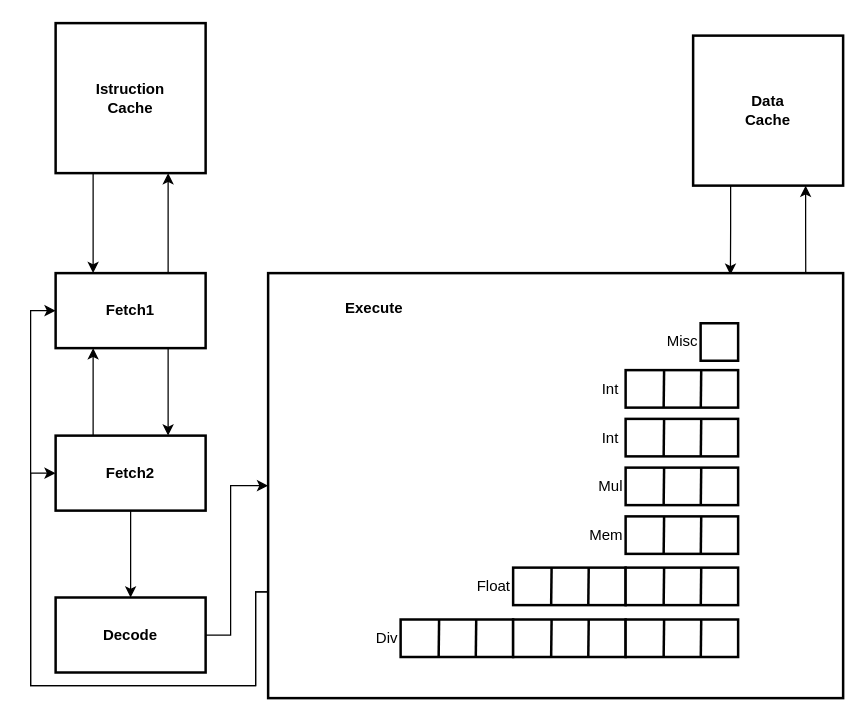
The90Frank/MinorArmAnalyzer keeps this draw.io diagram as Diagrammi/MinorArm.drawio. Above is the earlier version. Source tidied: cells renumbered, new cells numbered last; positions are measured from the earlier drawing's top-left corner, leaving out a move shared by most shapes. Both pictures are drawn from the tidied source at 125%, with x=0, y=0 at pixel (30, 22).
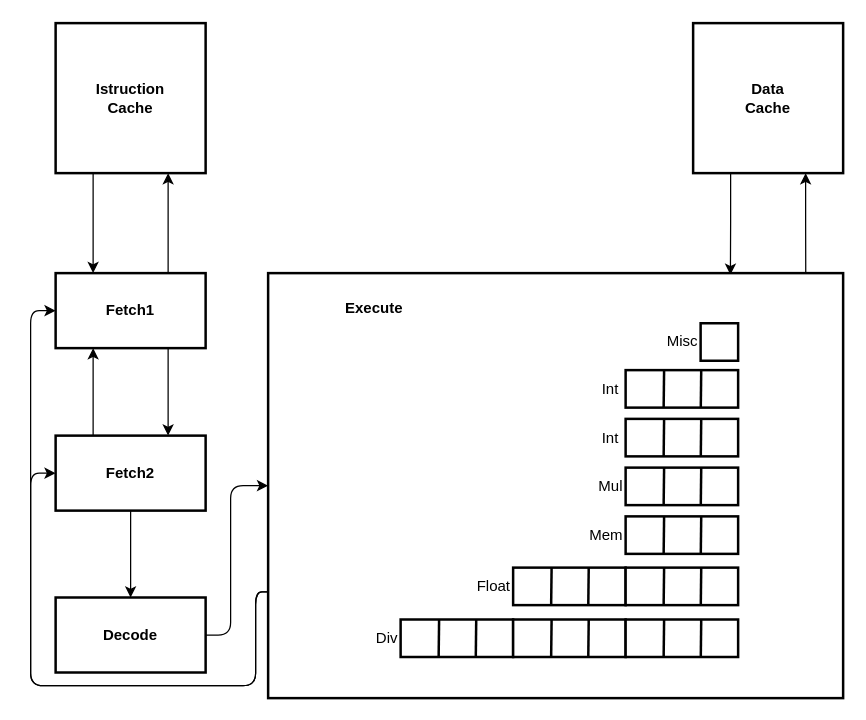
The same diagram, later.

The change refers to these unchanged cells:
```xml
<mxCell id="6" value="Fetch1" style="rounded=0;whiteSpace=wrap;html=1;fontStyle=1;strokeWidth=2;fontFamily=Helvetica;" parent="1" vertex="1">
  <mxGeometry x="20" y="200" width="120" height="60" as="geometry" />
</mxCell>
<mxCell id="9" value="Fetch2" style="rounded=0;whiteSpace=wrap;html=1;fontStyle=1;strokeWidth=2;fontFamily=Helvetica;" parent="1" vertex="1">
  <mxGeometry x="20" y="330" width="120" height="60" as="geometry" />
</mxCell>
<mxCell id="11" value="&lt;span&gt;Decode&lt;/span&gt;" style="rounded=0;whiteSpace=wrap;html=1;fontStyle=1;strokeWidth=2;fontFamily=Helvetica;" parent="1" vertex="1">
  <mxGeometry x="20" y="459.5" width="120" height="60" as="geometry" />
</mxCell>
<mxCell id="17" value="&amp;nbsp; &amp;nbsp; &amp;nbsp; &amp;nbsp; &amp;nbsp; &lt;br&gt;&amp;nbsp; &amp;nbsp; &amp;nbsp; &amp;nbsp; &amp;nbsp; &amp;nbsp; &amp;nbsp; &amp;nbsp; &amp;nbsp; &lt;b&gt;Execute&lt;/b&gt;" style="rounded=0;whiteSpace=wrap;html=1;verticalAlign=top;labelPosition=center;verticalLabelPosition=middle;align=left;strokeWidth=2;fontFamily=Helvetica;" parent="1" vertex="1">
  <mxGeometry x="190" y="200" width="460" height="340" as="geometry" />
</mxCell>
```

Diff of the diagram source:
```diff
@@
-    <mxCell id="10" style="edgeStyle=orthogonalEdgeStyle;rounded=0;jettySize=auto;html=1;exitX=1;exitY=0.5;exitDx=0;exitDy=0;entryX=0;entryY=0.5;entryDx=0;entryDy=0;fontFamily=Helvetica;" parent="1" edge="1" source="11" target="17">
+    <mxCell id="10" style="edgeStyle=orthogonalEdgeStyle;rounded=1;jettySize=auto;html=1;exitX=1;exitY=0.5;exitDx=0;exitDy=0;entryX=0;entryY=0.5;entryDx=0;entryDy=0;fontFamily=Helvetica;" parent="1" edge="1" source="11" target="17">
       <mxGeometry relative="1" as="geometry">
         <Array as="points">
           <mxPoint x="160" y="490" />
           <mxPoint x="160" y="370" />
         </Array>
       </mxGeometry>
     </mxCell>
@@
     <mxCell id="14" value="Data&lt;br&gt;Cache" style="rounded=0;whiteSpace=wrap;html=1;fontStyle=1;strokeWidth=2;fontFamily=Helvetica;" parent="1" vertex="1">
-      <mxGeometry x="530" y="10" width="120" height="120" as="geometry" />
+      <mxGeometry x="530" width="120" height="120" as="geometry" />
     </mxCell>
-    <mxCell id="15" style="edgeStyle=orthogonalEdgeStyle;rounded=0;jettySize=auto;html=1;exitX=0;exitY=0.75;exitDx=0;exitDy=0;entryX=0;entryY=0.5;entryDx=0;entryDy=0;startArrow=none;startFill=0;endArrow=classic;endFill=1;" parent="1" edge="1" source="17" target="6">
+    <mxCell id="15" style="edgeStyle=orthogonalEdgeStyle;rounded=1;jettySize=auto;html=1;exitX=0;exitY=0.75;exitDx=0;exitDy=0;entryX=0;entryY=0.5;entryDx=0;entryDy=0;startArrow=none;startFill=0;endArrow=classic;endFill=1;" parent="1" edge="1" source="17" target="6">
       <mxGeometry relative="1" as="geometry">
         <Array as="points">
           <mxPoint x="180" y="455" />
           <mxPoint x="180" y="530" />
           <mxPoint y="530" />
           <mxPoint y="230" />
         </Array>
       </mxGeometry>
     </mxCell>
-    <mxCell id="16" style="edgeStyle=orthogonalEdgeStyle;rounded=0;jettySize=auto;html=1;exitX=0;exitY=0.75;exitDx=0;exitDy=0;entryX=0;entryY=0.5;entryDx=0;entryDy=0;startArrow=none;startFill=0;endArrow=classic;endFill=1;" parent="1" edge="1" source="17" target="9">
+    <mxCell id="16" style="edgeStyle=orthogonalEdgeStyle;rounded=1;jettySize=auto;html=1;exitX=0;exitY=0.75;exitDx=0;exitDy=0;entryX=0;entryY=0.5;entryDx=0;entryDy=0;startArrow=none;startFill=0;endArrow=classic;endFill=1;" parent="1" edge="1" source="17" target="9">
       <mxGeometry relative="1" as="geometry">
         <Array as="points">
           <mxPoint x="180" y="455" />
           <mxPoint x="180" y="530" />
           <mxPoint y="530" />
           <mxPoint y="360" />
         </Array>
       </mxGeometry>
     </mxCell>
```
